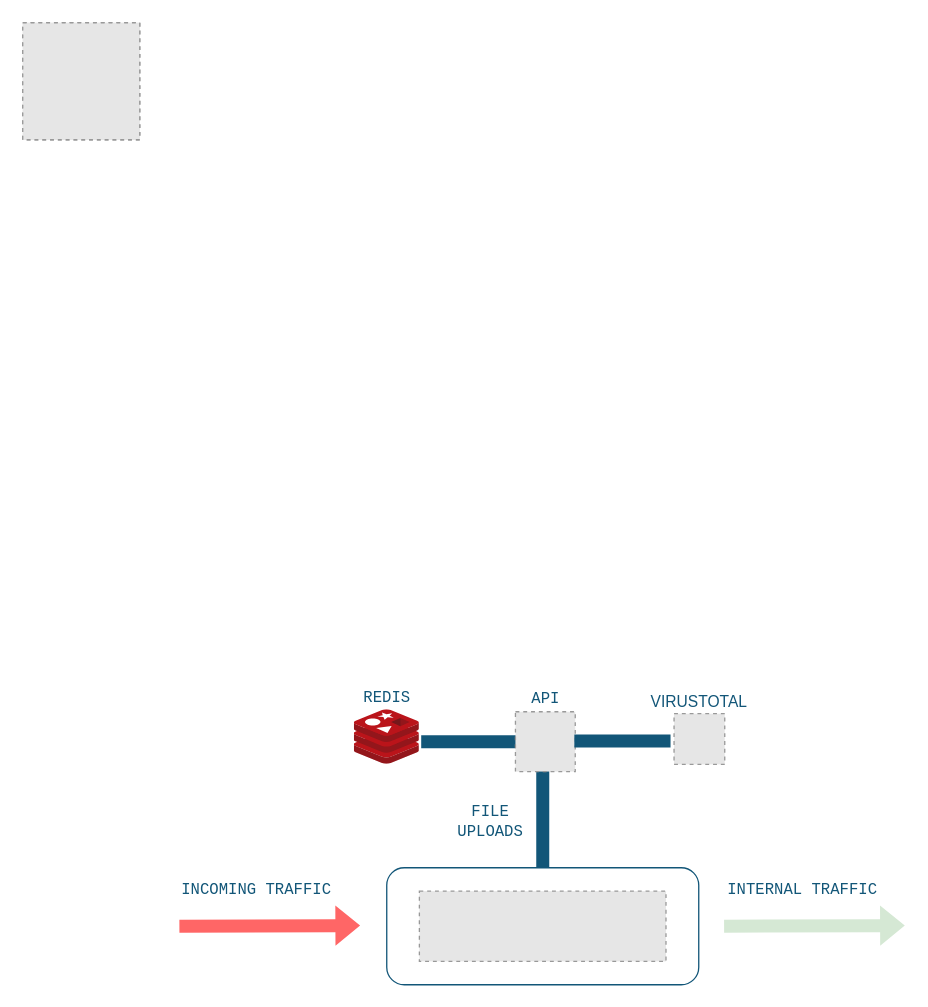
Above: virustotal/docs/diagram.drawio in bunkerity/bunkerweb-plugins (draw.io), before the change. Source tidied: cells renumbered, new cells numbered last; positions are measured from the earlier drawing's top-left corner, leaving out a move shared by most shapes. Both pictures are drawn from the tidied source at 130%, with x=0, y=0 at pixel (22, 22). Pictures stored in the file or linked from it are replaced by grey dashed boxes.
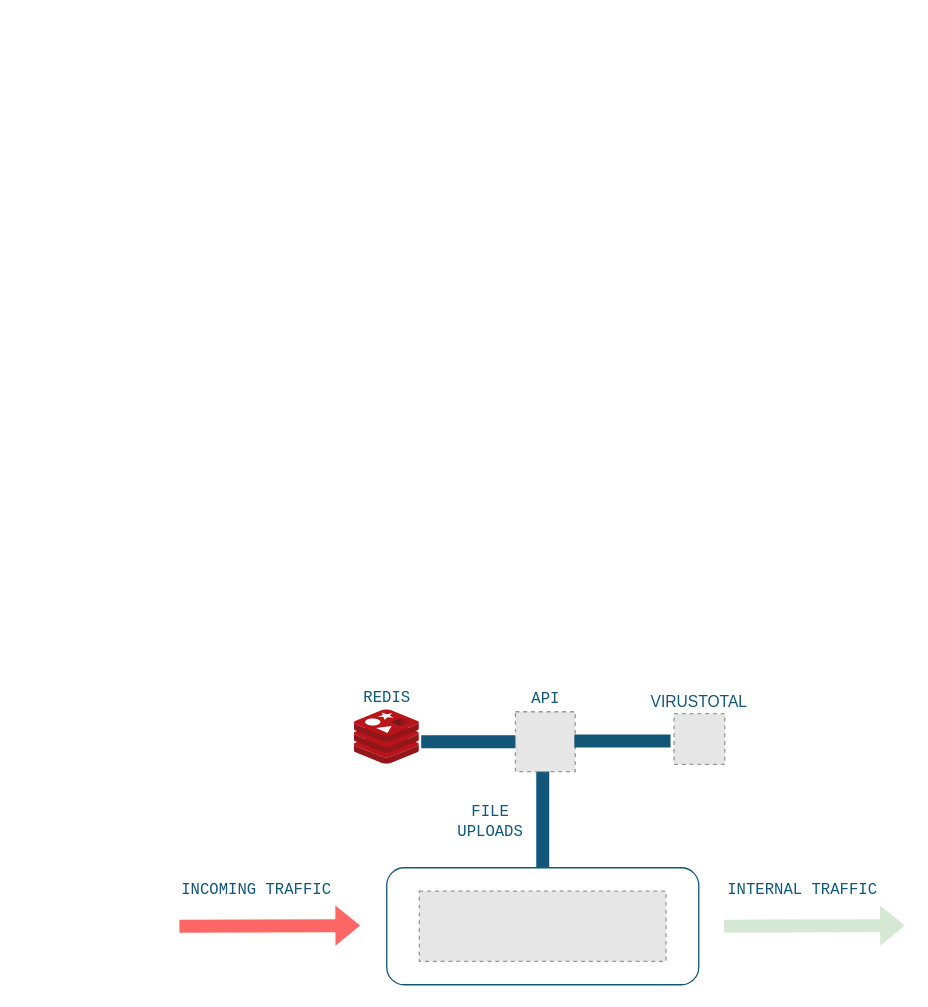
Above is the later version.

Commit message (it also covers changes not shown here):
virustotal - fix diagram in readme

Change to the diagram source:
```diff
@@
-    <mxCell id="11" style="fillColor=#E6E6E6;strokeColor=#999999;dashed=1;verticalLabelPosition=bottom;labelBackgroundColor=default;verticalAlign=top;" parent="1" vertex="1">
-      <mxGeometry width="90" height="90" as="geometry" />
-    </mxCell>
-    <mxCell id="12" style="fillColor=#E6E6E6;strokeColor=#999999;dashed=1;verticalLabelPosition=bottom;labelBackgroundColor=default;verticalAlign=top;" parent="1" vertex="1">
-      <mxGeometry width="90" height="90" as="geometry" />
-    </mxCell>
```
